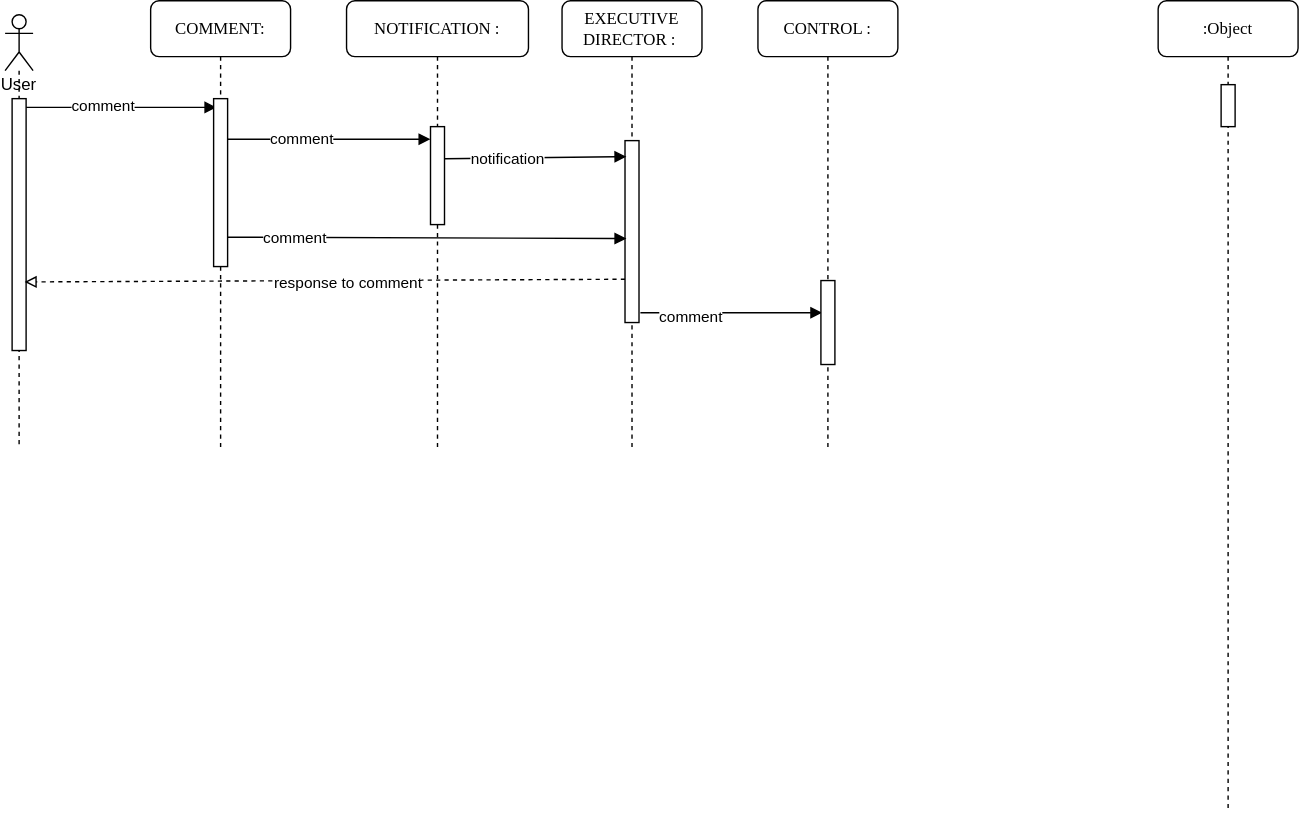
This is comment_Sequence_Diagram.svg from samuelpilusa365/myRepo, a draw.io export, as it was before one commit. Source tidied: cells renumbered, new cells last; positions are measured from the earlier drawing's top-left corner, leaving out a move shared by most shapes.
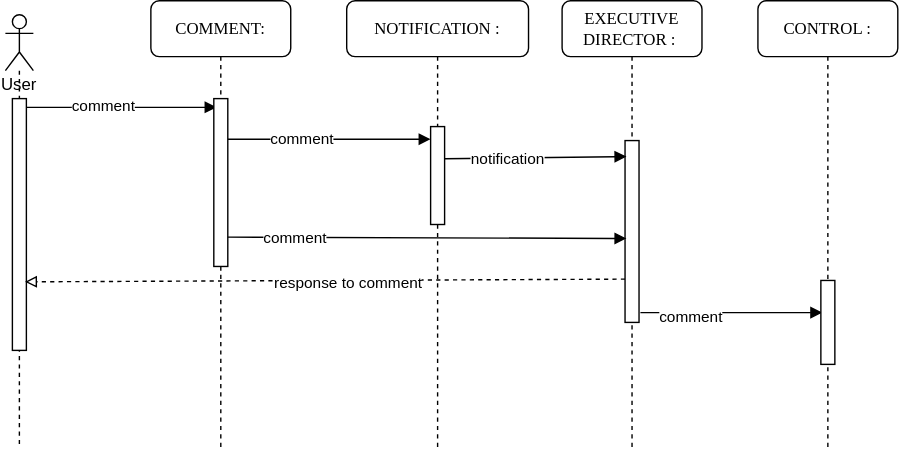
The same diagram one commit later.

The edit, as a diff of the source:
```diff
@@ -49,12 +49,6 @@
     <mxCell id="15" style="html=1;perimeter=orthogonalPerimeter;rounded=0;shadow=0;comic=0;labelBackgroundColor=none;strokeWidth=1;fontFamily=Verdana;fontSize=12;align=center;" parent="14" vertex="1">
       <mxGeometry x="45" y="200" width="10" height="60" as="geometry" />
     </mxCell>
-    <mxCell id="16" value=":Object" style="shape=umlLifeline;perimeter=lifelinePerimeter;whiteSpace=wrap;html=1;rounded=1;shadow=0;comic=0;labelBackgroundColor=none;strokeWidth=1;fontFamily=Verdana;fontSize=12;align=center;" parent="1" vertex="1">
-      <mxGeometry x="824" width="100" height="580" as="geometry" />
-    </mxCell>
-    <mxCell id="17" style="html=1;perimeter=orthogonalPerimeter;rounded=0;shadow=0;comic=0;labelBackgroundColor=none;strokeColor=#000000;strokeWidth=1;fillColor=#FFFFFF;fontFamily=Verdana;fontSize=12;fontColor=#000000;align=center;" parent="16" vertex="1">
-      <mxGeometry x="45" y="60" width="10" height="30" as="geometry" />
-    </mxCell>
     <mxCell id="18" value="User" style="shape=umlLifeline;participant=umlActor;perimeter=lifelinePerimeter;whiteSpace=wrap;html=1;verticalAlign=top;spacingTop=36;outlineConnect=0;" parent="1" vertex="1">
       <mxGeometry y="10" width="20" height="310" as="geometry" />
     </mxCell>
```
